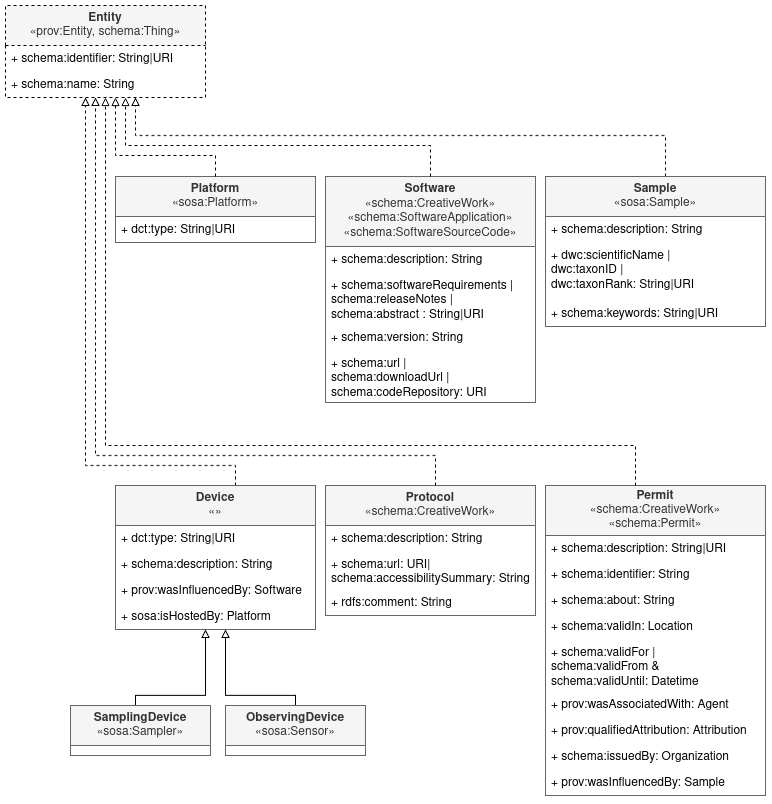
Earlier version of the draw.io export implementations/RDF/diagrams/entity_classes_RDFimplementation.png (vliz-be-opsci/embrc-prov-model). Source tidied: cells renumbered, new cells last; positions are measured from the earlier drawing's top-left corner, leaving out a move shared by most shapes.
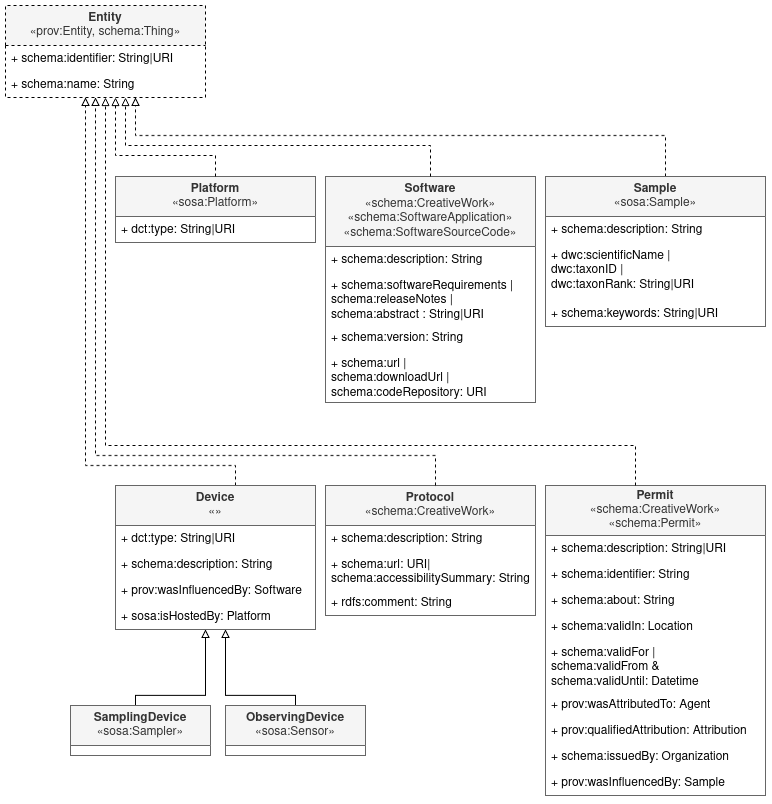
Above is the later version.

Diff of the diagram source:
```diff
@@ -127,7 +127,7 @@
     <mxCell id="36" value="+ schema:validFor |&lt;br&gt;schema:validFrom &amp;amp; &lt;br&gt;schema:validUntil: Datetime" style="text;strokeColor=none;fillColor=none;align=left;verticalAlign=top;spacingLeft=4;spacingRight=4;overflow=hidden;whiteSpace=wrap;html=1;" parent="31" vertex="1">
       <mxGeometry y="154" width="220" height="52" as="geometry" />
     </mxCell>
-    <mxCell id="37" value="+ prov:wasAssociatedWith: Agent" style="text;strokeColor=none;fillColor=none;align=left;verticalAlign=top;spacingLeft=4;spacingRight=4;overflow=hidden;whiteSpace=wrap;html=1;" parent="31" vertex="1">
+    <mxCell id="37" value="+ prov:wasAttributedTo: Agent" style="text;strokeColor=none;fillColor=none;align=left;verticalAlign=top;spacingLeft=4;spacingRight=4;overflow=hidden;whiteSpace=wrap;html=1;" parent="31" vertex="1">
       <mxGeometry y="206" width="220" height="26" as="geometry" />
     </mxCell>
     <mxCell id="38" value="+ prov:qualifiedAttribution: Attribution" style="text;strokeColor=none;fillColor=none;align=left;verticalAlign=top;spacingLeft=4;spacingRight=4;overflow=hidden;whiteSpace=wrap;html=1;" parent="31" vertex="1">
```
